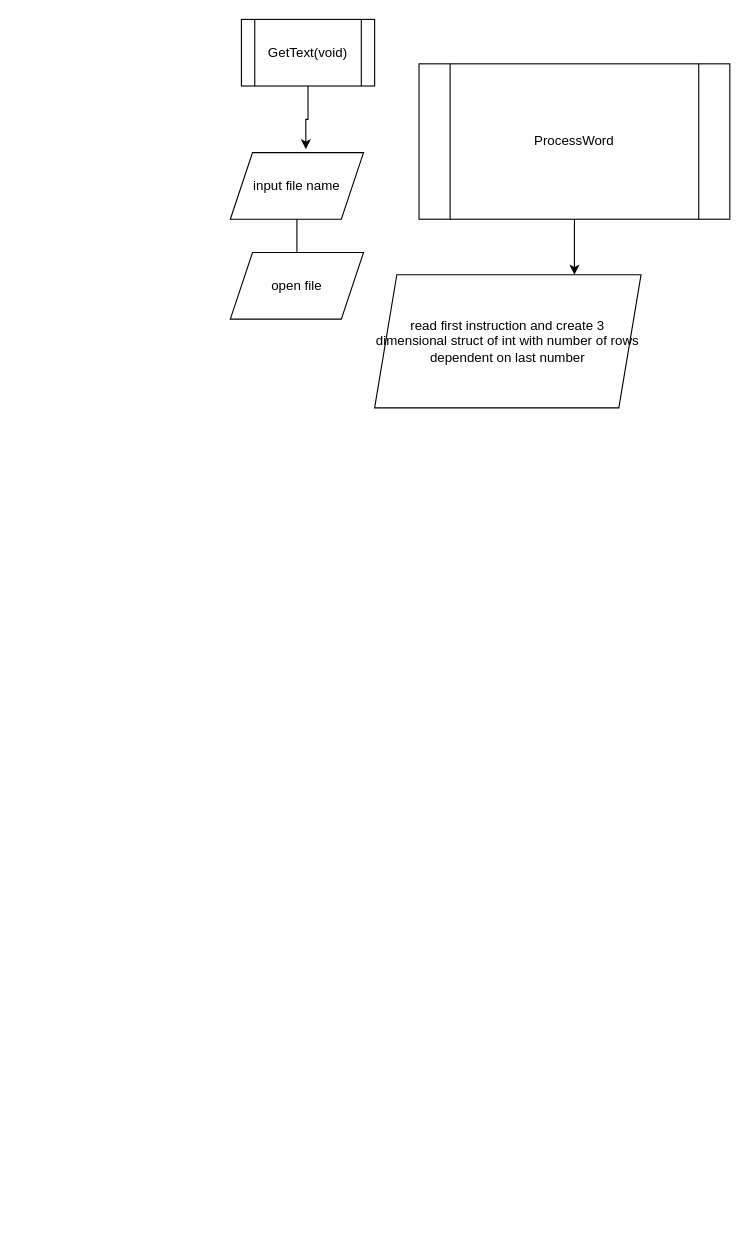
Before: page "Page-2" (2 of 2) of TextRobotFlowchart.drawio in hanifadelekan/TextRobotPlanning, a draw.io diagram. Source tidied: cells renumbered, new cells numbered last; positions are measured from the earlier drawing's top-left corner, leaving out a move shared by most shapes. Both pictures are drawn from the tidied source at 111%, with x=0, y=0 at pixel (230, 19).
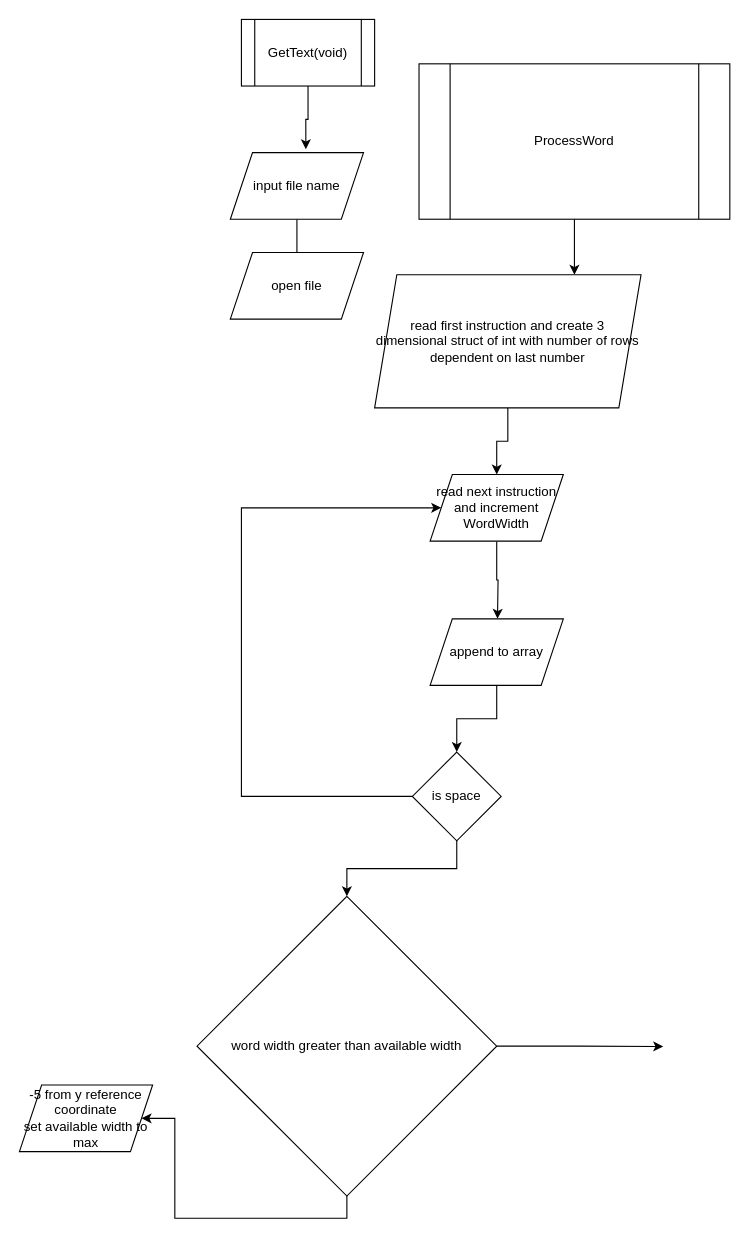
After the change.

The change refers to these unchanged cells:
```xml
<mxCell id="9" value="read first instruction and create 3 dimensional struct of int with number of rows dependent on last number" style="shape=parallelogram;perimeter=parallelogramPerimeter;whiteSpace=wrap;html=1;fixedSize=1;" parent="1" vertex="1">
  <mxGeometry x="130" y="230" width="240" height="120" as="geometry" />
</mxCell>
```

What changed in the source:
```diff
@@
+    <mxCell id="10" style="edgeStyle=orthogonalEdgeStyle;rounded=0;jettySize=auto;html=1;exitX=0.5;exitY=1;exitDx=0;exitDy=0;entryX=0.5;entryY=0;entryDx=0;entryDy=0;" parent="1" edge="1" source="9" target="12">
+      <mxGeometry relative="1" as="geometry" />
+    </mxCell>
@@
+    <mxCell id="11" style="edgeStyle=orthogonalEdgeStyle;rounded=0;jettySize=auto;html=1;exitX=0.5;exitY=1;exitDx=0;exitDy=0;" parent="1" edge="1" source="12">
+      <mxGeometry relative="1" as="geometry">
+        <mxPoint x="240.7" y="540" as="targetPoint" />
+      </mxGeometry>
+    </mxCell>
+    <mxCell id="12" value="read next instruction and increment WordWidth" style="shape=parallelogram;perimeter=parallelogramPerimeter;whiteSpace=wrap;html=1;fixedSize=1;" parent="1" vertex="1">
+      <mxGeometry x="180" y="410" width="120" height="60" as="geometry" />
+    </mxCell>
+    <mxCell id="13" style="edgeStyle=orthogonalEdgeStyle;rounded=0;jettySize=auto;html=1;exitX=0;exitY=0.5;exitDx=0;exitDy=0;entryX=0;entryY=0.5;entryDx=0;entryDy=0;" parent="1" edge="1" source="15" target="12">
+      <mxGeometry relative="1" as="geometry">
+        <Array as="points">
+          <mxPoint x="10" y="700" />
+          <mxPoint x="10" y="440" />
+        </Array>
+      </mxGeometry>
+    </mxCell>
+    <mxCell id="14" style="edgeStyle=orthogonalEdgeStyle;rounded=0;jettySize=auto;html=1;exitX=0.5;exitY=1;exitDx=0;exitDy=0;" parent="1" edge="1" source="15" target="20">
+      <mxGeometry relative="1" as="geometry" />
+    </mxCell>
+    <mxCell id="15" value="is space" style="rhombus;whiteSpace=wrap;html=1;" parent="1" vertex="1">
+      <mxGeometry x="164" y="660" width="80" height="80" as="geometry" />
+    </mxCell>
+    <mxCell id="16" style="edgeStyle=orthogonalEdgeStyle;rounded=0;jettySize=auto;html=1;exitX=0.5;exitY=1;exitDx=0;exitDy=0;entryX=0.5;entryY=0;entryDx=0;entryDy=0;" parent="1" edge="1" source="17" target="15">
+      <mxGeometry relative="1" as="geometry" />
+    </mxCell>
+    <mxCell id="17" value="append to array" style="shape=parallelogram;perimeter=parallelogramPerimeter;whiteSpace=wrap;html=1;fixedSize=1;" parent="1" vertex="1">
+      <mxGeometry x="180" y="540" width="120" height="60" as="geometry" />
+    </mxCell>
+    <mxCell id="18" style="edgeStyle=orthogonalEdgeStyle;rounded=0;jettySize=auto;html=1;exitX=1;exitY=0.5;exitDx=0;exitDy=0;" parent="1" edge="1" source="20">
+      <mxGeometry relative="1" as="geometry">
+        <mxPoint x="390" y="925.3" as="targetPoint" />
+      </mxGeometry>
+    </mxCell>
+    <mxCell id="19" style="edgeStyle=orthogonalEdgeStyle;rounded=0;jettySize=auto;html=1;exitX=0.5;exitY=1;exitDx=0;exitDy=0;" parent="1" edge="1" source="20" target="21">
+      <mxGeometry relative="1" as="geometry" />
+    </mxCell>
+    <mxCell id="20" value="word width greater than available width" style="rhombus;whiteSpace=wrap;html=1;" parent="1" vertex="1">
+      <mxGeometry x="-30" y="790" width="270" height="270" as="geometry" />
+    </mxCell>
+    <mxCell id="21" value="-5 from y reference coordinate&lt;div&gt;set available width to max&lt;/div&gt;" style="shape=parallelogram;perimeter=parallelogramPerimeter;whiteSpace=wrap;html=1;fixedSize=1;" parent="1" vertex="1">
+      <mxGeometry x="-190" y="960" width="120" height="60" as="geometry" />
+    </mxCell>
```
